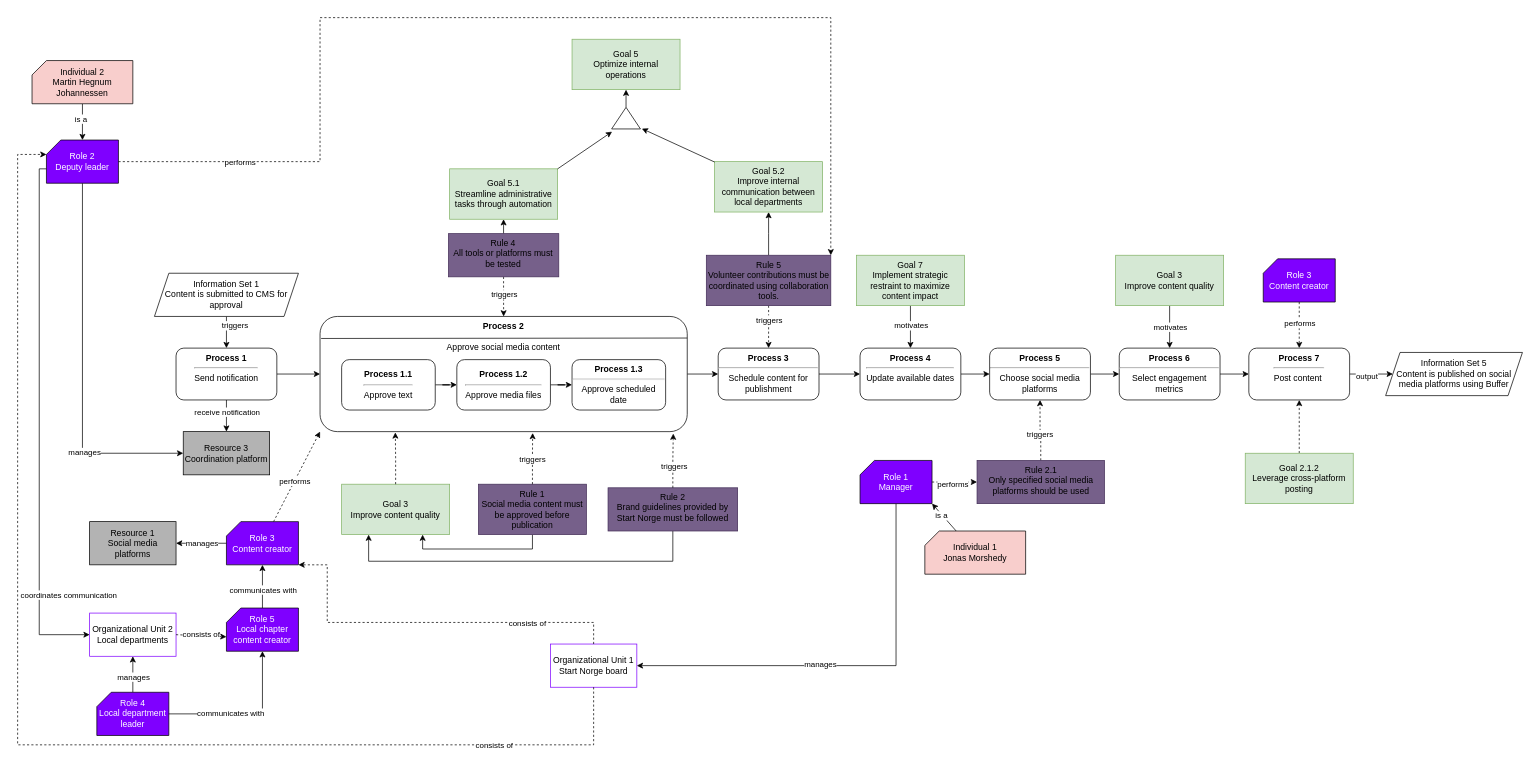
This is page "Redesigned Enterprise model" (12 of 12) of 4EM.drawio from marhjoh/TDT4252-Enterprise-Architecture-for-Enterprise-Innovation, a draw.io file, before an edit. Source tidied: cells renumbered, new cells numbered last; positions are measured from the earlier drawing's top-left corner, leaving out a move shared by most shapes. Both pictures are drawn from the tidied source at 72%, with x=0, y=0 at pixel (17, 17).
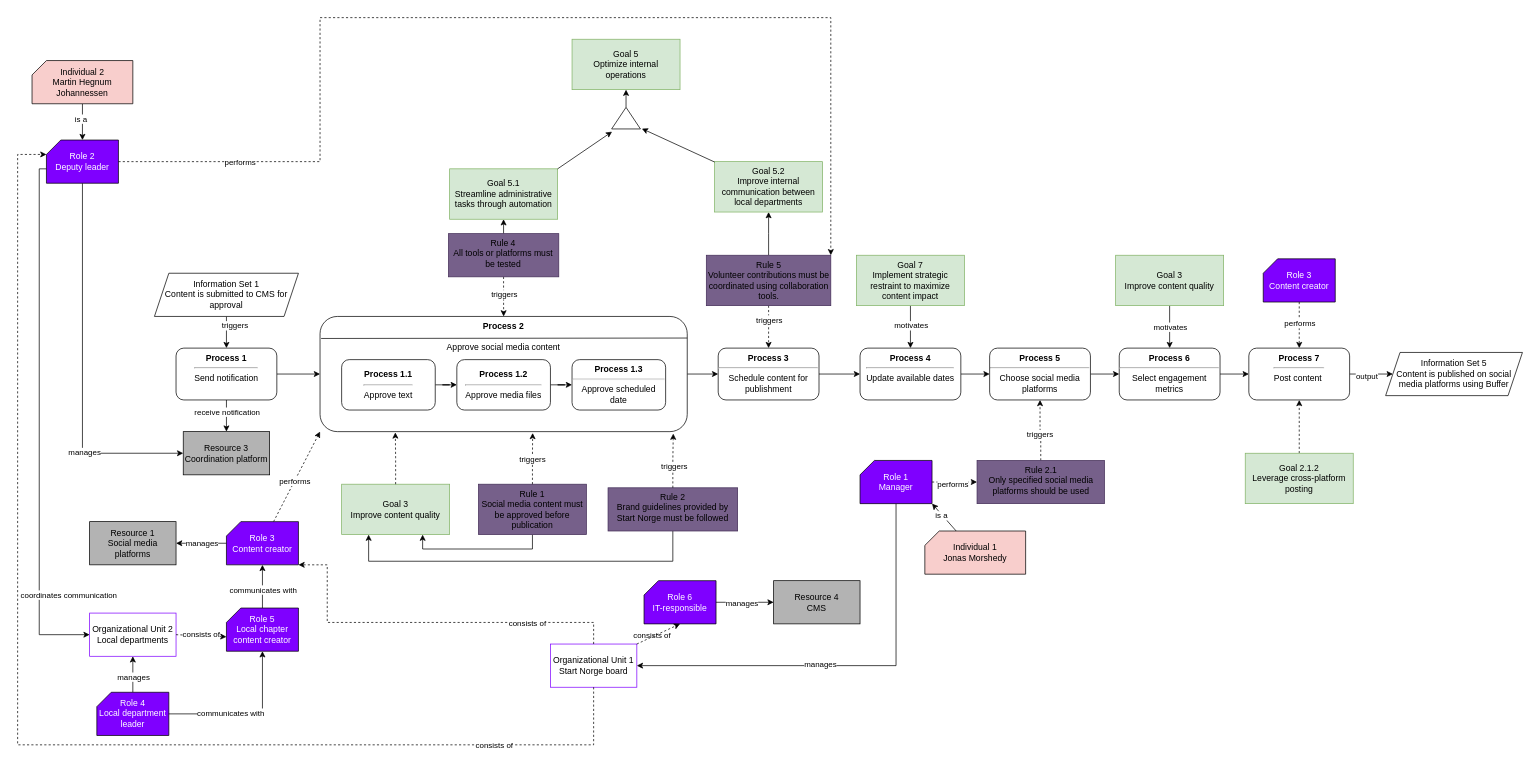
After the change.

Unchanged cells that the change refers to:
```xml
<mxCell id="4" value="Organizational Unit 1&lt;div&gt;Start Norge board&lt;/div&gt;" style="rounded=0;whiteSpace=wrap;html=1;strokeColor=#7F00FF;" parent="1" vertex="1">
  <mxGeometry x="740" y="870" width="120" height="60" as="geometry" />
</mxCell>
```

Diff of the diagram source:
```diff
@@
+    <mxCell id="109" style="edgeStyle=orthogonalEdgeStyle;rounded=0;jettySize=auto;html=1;entryX=0;entryY=0.5;entryDx=0;entryDy=0;" parent="1" edge="1" source="111" target="113">
+      <mxGeometry relative="1" as="geometry" />
+    </mxCell>
+    <mxCell id="110" value="manages" style="edgeLabel;html=1;align=center;verticalAlign=middle;" parent="109" vertex="1">
+      <mxGeometry x="-0.12" relative="1" as="geometry" />
+    </mxCell>
+    <mxCell id="111" value="Role 6&lt;div&gt;IT-responsible&lt;/div&gt;" style="verticalLabelPosition=middle;verticalAlign=middle;html=1;shape=card;whiteSpace=wrap;size=20;arcSize=12;align=center;fillColor=#7F00FF;labelPosition=center;fontColor=#FFFFFF;" parent="1" vertex="1">
+      <mxGeometry x="870" y="782" width="100" height="60" as="geometry" />
+    </mxCell>
+    <mxCell id="112" value="consists of" style="edgeLabel;html=1;align=center;verticalAlign=middle;" parent="1" vertex="1">
+      <mxGeometry x="880" y="857" as="geometry" />
+    </mxCell>
+    <mxCell id="113" value="&lt;div&gt;Resource 4&lt;/div&gt;&lt;div&gt;CMS&lt;/div&gt;" style="rounded=0;whiteSpace=wrap;html=1;strokeColor=#000000;fillColor=#B3B3B3;" parent="1" vertex="1">
+      <mxGeometry x="1050" y="782" width="120" height="60" as="geometry" />
+    </mxCell>
+    <mxCell id="114" style="rounded=0;jettySize=auto;html=1;entryX=0.5;entryY=1;entryDx=0;entryDy=0;entryPerimeter=0;exitX=1;exitY=0;exitDx=0;exitDy=0;dashed=1;" parent="1" edge="1" source="4" target="111">
+      <mxGeometry relative="1" as="geometry" />
+    </mxCell>
```
